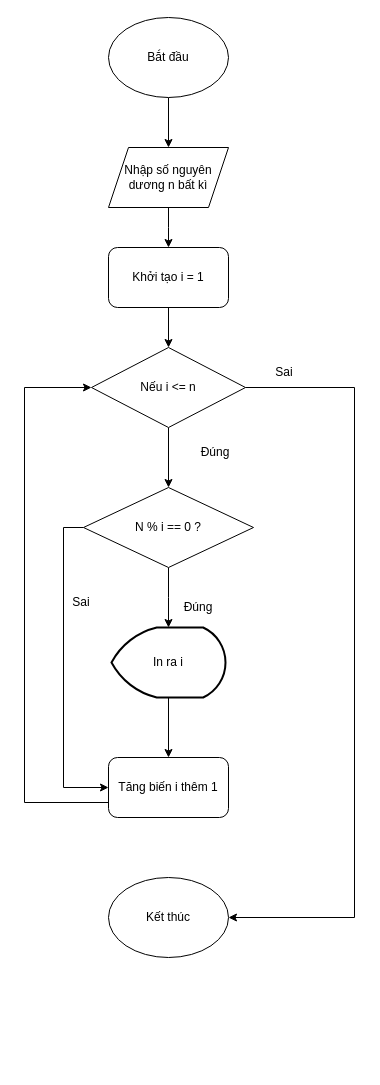
Above: DiagramBTH4.drawio in Azunn0801/Rikkei_C (draw.io), before the change. Source tidied: cells renumbered, new cells numbered last; positions are measured from the earlier drawing's top-left corner, leaving out a move shared by most shapes. Both pictures are drawn from the tidied source at 100%, with x=0, y=0 at pixel (24, 17).
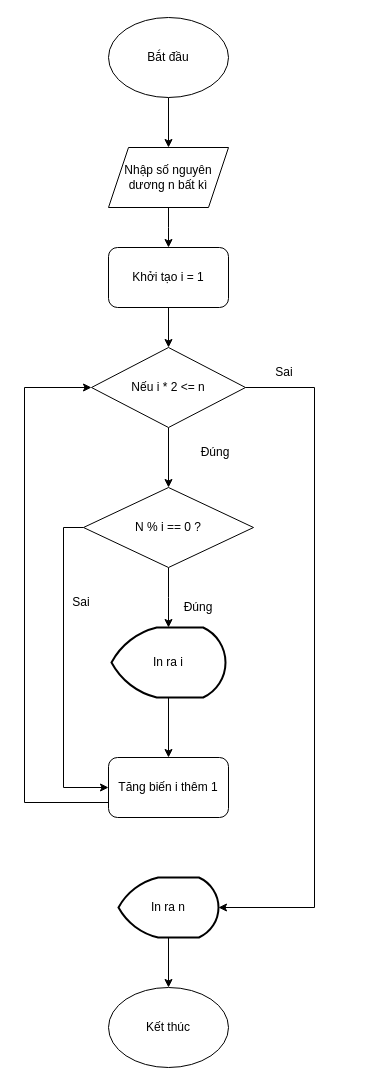
The same page after the edit.

What changed in the source:
```diff
@@
     <mxCell id="4" value="Kết thúc" style="ellipse;whiteSpace=wrap;html=1;" parent="1" vertex="1">
-      <mxGeometry x="84" y="860" width="120" height="80" as="geometry" />
+      <mxGeometry x="84" y="970" width="120" height="80" as="geometry" />
     </mxCell>
@@
-    <mxCell id="9" style="edgeStyle=orthogonalEdgeStyle;rounded=0;jettySize=auto;html=1;exitX=1;exitY=0.5;exitDx=0;exitDy=0;entryX=1;entryY=0.5;entryDx=0;entryDy=0;" parent="1" edge="1" source="11" target="4">
-      <mxGeometry relative="1" as="geometry">
-        <Array as="points">
-          <mxPoint x="330" y="370" />
-          <mxPoint x="330" y="900" />
-        </Array>
-      </mxGeometry>
-    </mxCell>
@@
-    <mxCell id="11" value="Nếu i &amp;lt;= n" style="rhombus;whiteSpace=wrap;html=1;" parent="1" vertex="1">
+    <mxCell id="11" value="Nếu i * 2 &amp;lt;= n" style="rhombus;whiteSpace=wrap;html=1;" parent="1" vertex="1">
       <mxGeometry x="67" y="330" width="154" height="80" as="geometry" />
     </mxCell>
@@
+    <mxCell id="23" style="edgeStyle=orthogonalEdgeStyle;rounded=0;jettySize=auto;html=1;" parent="1" edge="1" source="24" target="4">
+      <mxGeometry relative="1" as="geometry" />
+    </mxCell>
+    <mxCell id="24" value="In ra n" style="strokeWidth=2;html=1;shape=mxgraph.flowchart.display;whiteSpace=wrap;" parent="1" vertex="1">
+      <mxGeometry x="94" y="860" width="100" height="60" as="geometry" />
+    </mxCell>
+    <mxCell id="25" style="edgeStyle=orthogonalEdgeStyle;rounded=0;jettySize=auto;html=1;exitX=1;exitY=0.5;exitDx=0;exitDy=0;entryX=1;entryY=0.5;entryDx=0;entryDy=0;entryPerimeter=0;" parent="1" edge="1" source="11" target="24">
+      <mxGeometry relative="1" as="geometry">
+        <Array as="points">
+          <mxPoint x="290" y="370" />
+          <mxPoint x="290" y="890" />
+        </Array>
+      </mxGeometry>
+    </mxCell>
```
